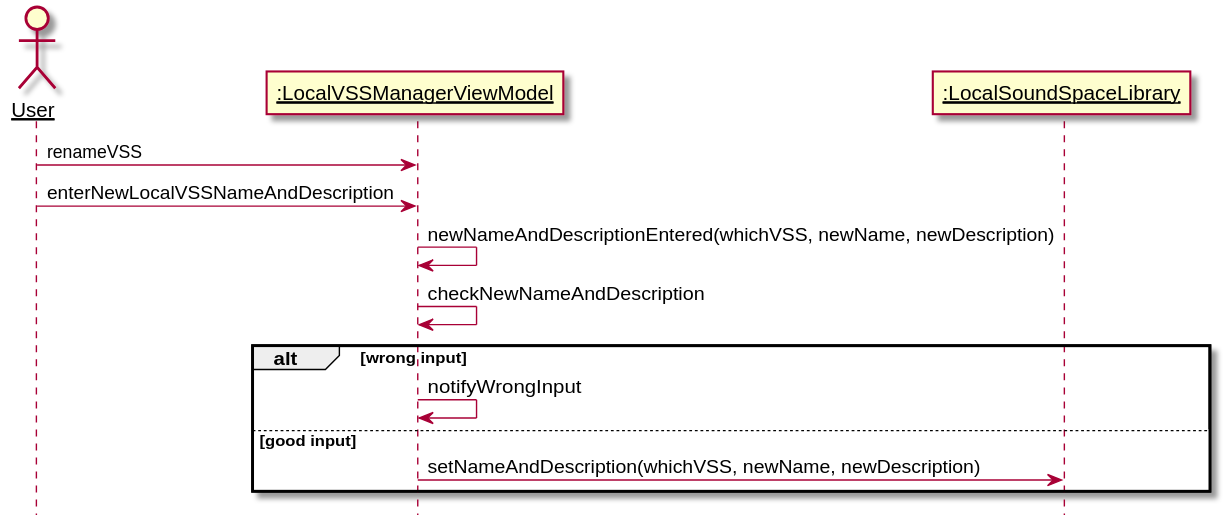
kpp19920121/doc keeps this PlantUML diagram as 设计/Diagrams/RenameVSS.svg. Above is the earlier version.
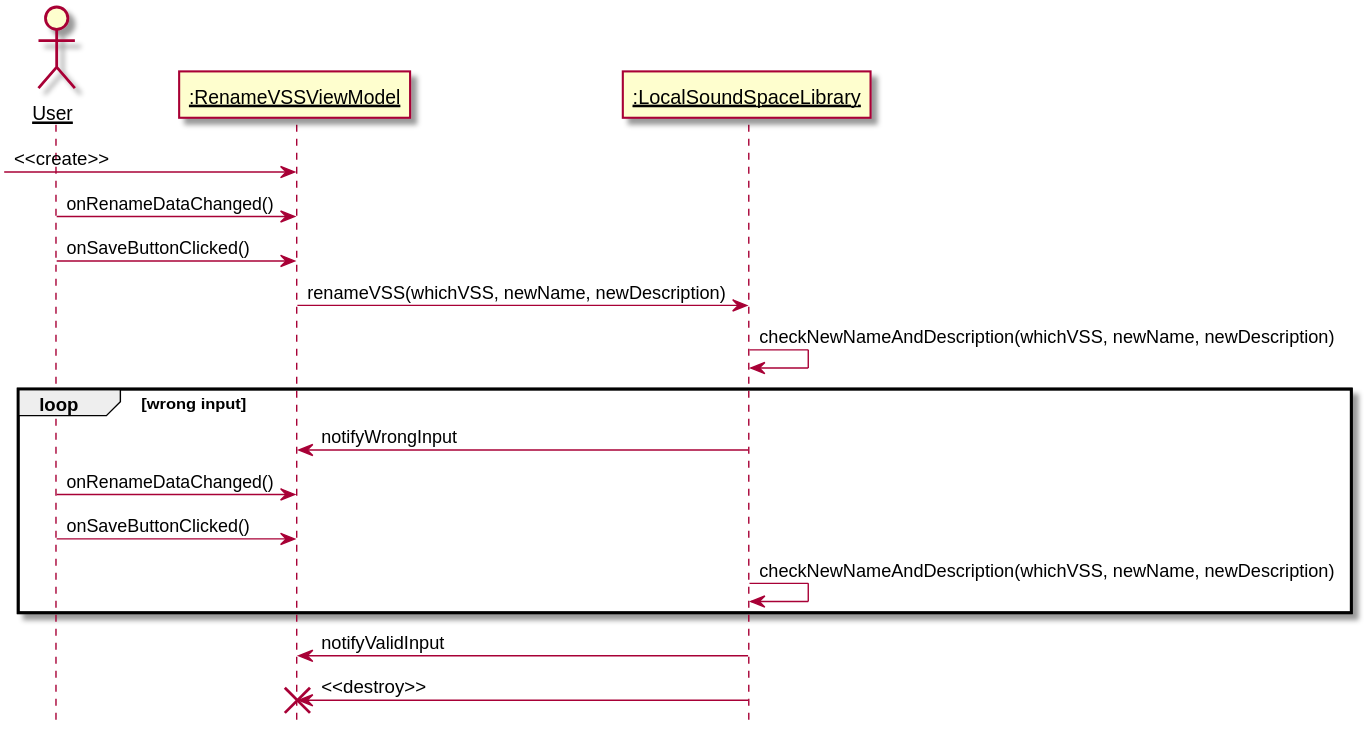
The same file after the commit.

The edit, as a diff of the source:
```diff
@@ -3,17 +3,23 @@
 skinparam sequenceParticipant underline
 
 actor User as user
-participant ":LocalVSSManagerViewModel" as page
+participant ":RenameVSSViewModel" as viewModel
 participant ":LocalSoundSpaceLibrary" as library
 
-user -> page: renameVSS
-user -> page: enterNewLocalVSSNameAndDescription
-page -> page: newNameAndDescriptionEntered(whichVSS, newName, newDescription)
-page -> page: checkNewNameAndDescription
-alt wrong input
-    page -> page: notifyWrongInput
-else good input
-    page -> library: setNameAndDescription(whichVSS, newName, newDescription)
+-> viewModel: <<create>>
+user -> viewModel: onRenameDataChanged()
+user -> viewModel: onSaveButtonClicked()
+viewModel -> library: renameVSS(whichVSS, newName, newDescription)
+library -> library: checkNewNameAndDescription(whichVSS, newName, newDescription)
+loop wrong input
+    library -> viewModel: notifyWrongInput
+    user -> viewModel: onRenameDataChanged()
+    user -> viewModel: onSaveButtonClicked()
+    library -> library: checkNewNameAndDescription(whichVSS, newName, newDescription)
 end
+    library -> viewModel: notifyValidInput
+    library -> viewModel: <<destroy>>
+    destroy viewModel
+
 
 @enduml
```
